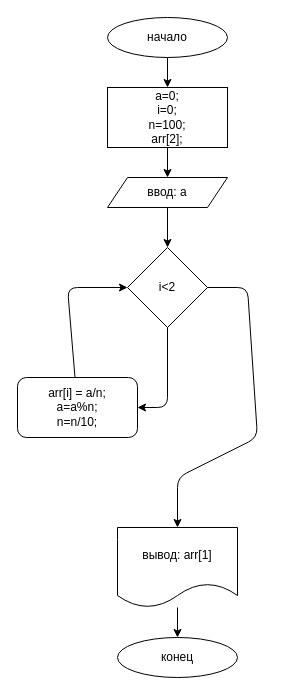
This is znakomstvo c++/Seminar_2/zadacha_10/zadacha_10.drawio from PValeryV/GBstudy, a draw.io file, before an edit. Source tidied: cells renumbered, new cells numbered last; positions are measured from the earlier drawing's top-left corner, leaving out a move shared by most shapes. Both pictures are drawn from the tidied source at 100%, with x=0, y=0 at pixel (17, 17).
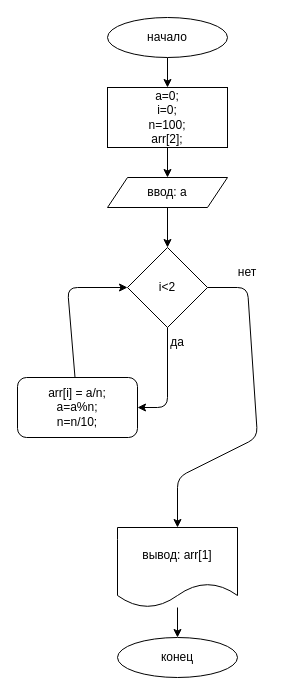
The same page after the edit.

The edit, as a diff of the source:
```diff
@@
+    <mxCell id="17" value="да" style="text;html=1;strokeColor=none;fillColor=none;align=center;verticalAlign=middle;whiteSpace=wrap;rounded=0;" parent="1" vertex="1">
+      <mxGeometry x="130" y="310" width="60" height="30" as="geometry" />
+    </mxCell>
+    <mxCell id="18" value="нет" style="text;html=1;strokeColor=none;fillColor=none;align=center;verticalAlign=middle;whiteSpace=wrap;rounded=0;" parent="1" vertex="1">
+      <mxGeometry x="200" y="240" width="60" height="30" as="geometry" />
+    </mxCell>
```
